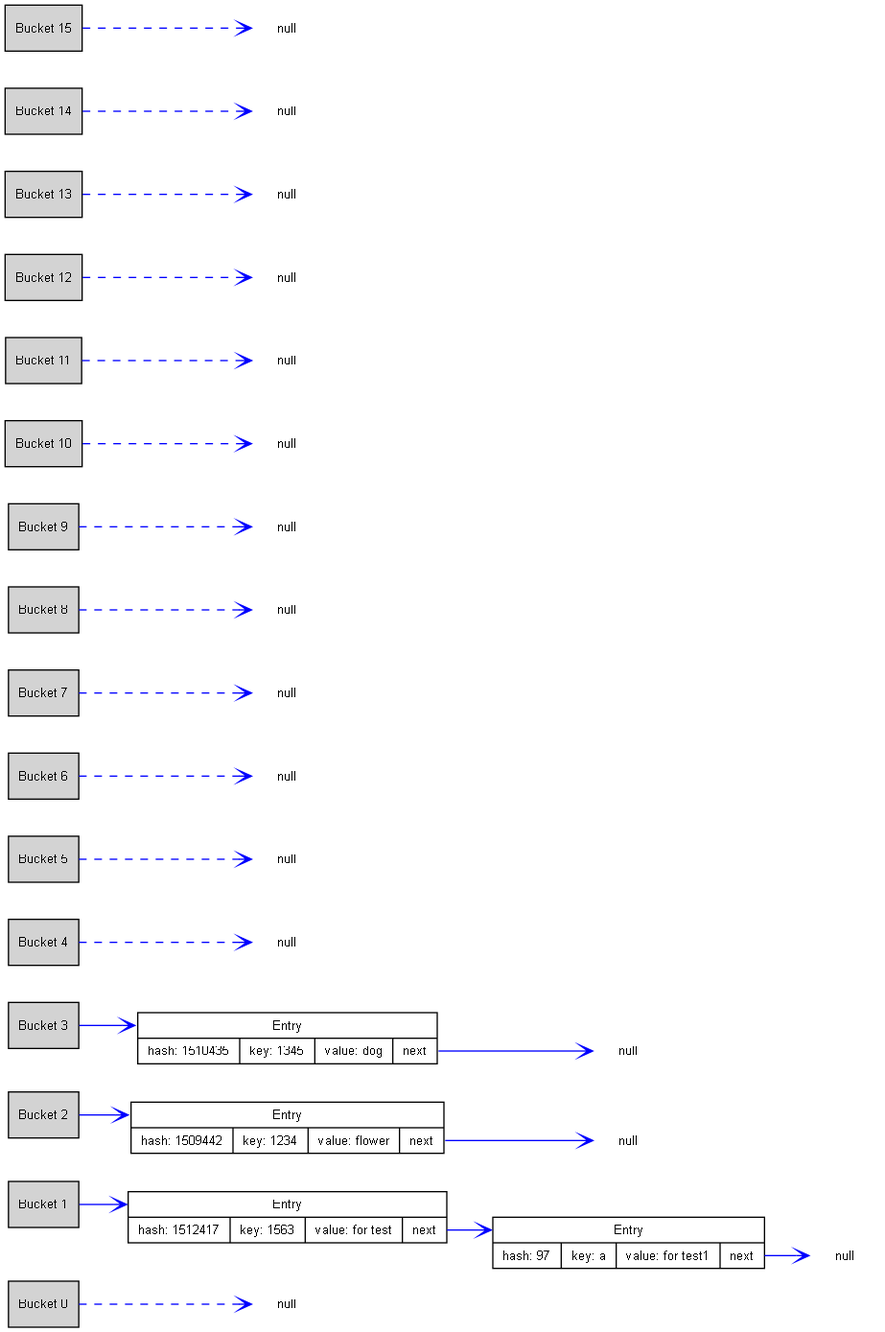
This is hashmap.png from kattrin0/HashMap, a Graphviz export, as it was before one commit. Its source is kept beside it as hashmap.dot. Source of this version:
```dot
digraph HashMap {
  node [shape=record, fontname="Arial", fontsize=10];
  rankdir=LR;
  nodesep=0.4;
  ranksep=0.5;
  edge [color=blue, arrowhead=vee];

  bucket0 [label="Bucket 0", shape=box, style=filled, fillcolor=lightgray];
  bucket1 [label="Bucket 1", shape=box, style=filled, fillcolor=lightgray];
  bucket2 [label="Bucket 2", shape=box, style=filled, fillcolor=lightgray];
  bucket3 [label="Bucket 3", shape=box, style=filled, fillcolor=lightgray];
  bucket4 [label="Bucket 4", shape=box, style=filled, fillcolor=lightgray];
  bucket5 [label="Bucket 5", shape=box, style=filled, fillcolor=lightgray];
  bucket6 [label="Bucket 6", shape=box, style=filled, fillcolor=lightgray];
  bucket7 [label="Bucket 7", shape=box, style=filled, fillcolor=lightgray];
  bucket8 [label="Bucket 8", shape=box, style=filled, fillcolor=lightgray];
  bucket9 [label="Bucket 9", shape=box, style=filled, fillcolor=lightgray];
  bucket10 [label="Bucket 10", shape=box, style=filled, fillcolor=lightgray];
  bucket11 [label="Bucket 11", shape=box, style=filled, fillcolor=lightgray];
  bucket12 [label="Bucket 12", shape=box, style=filled, fillcolor=lightgray];
  bucket13 [label="Bucket 13", shape=box, style=filled, fillcolor=lightgray];
  bucket14 [label="Bucket 14", shape=box, style=filled, fillcolor=lightgray];
  bucket15 [label="Bucket 15", shape=box, style=filled, fillcolor=lightgray];
  null0 [label="null", shape=plaintext];
  bucket0 -> null0 [style=dashed];
  node_1_0 [label="<f0> Entry |{hash: 1512417 | key: 1563 | value: for test | <f1> next}"];
  bucket1 -> node_1_0:f0;
  node_1_0:f1 -> node_1_1:f0;
  node_1_1 [label="<f0> Entry |{hash: 97 | key: a | value: for test1 | <f1> next}"];
  null1 [label="null", shape=plaintext];
  node_1_1:f1 -> null1;
  node_2_0 [label="<f0> Entry |{hash: 1509442 | key: 1234 | value: flower | <f1> next}"];
  bucket2 -> node_2_0:f0;
  null2 [label="null", shape=plaintext];
  node_2_0:f1 -> null2;
  node_3_0 [label="<f0> Entry |{hash: 1510435 | key: 1345 | value: dog | <f1> next}"];
  bucket3 -> node_3_0:f0;
  null3 [label="null", shape=plaintext];
  node_3_0:f1 -> null3;
  null4 [label="null", shape=plaintext];
  bucket4 -> null4 [style=dashed];
  null5 [label="null", shape=plaintext];
  bucket5 -> null5 [style=dashed];
  null6 [label="null", shape=plaintext];
  bucket6 -> null6 [style=dashed];
  null7 [label="null", shape=plaintext];
  bucket7 -> null7 [style=dashed];
  null8 [label="null", shape=plaintext];
  bucket8 -> null8 [style=dashed];
  null9 [label="null", shape=plaintext];
  bucket9 -> null9 [style=dashed];
  null10 [label="null", shape=plaintext];
  bucket10 -> null10 [style=dashed];
  null11 [label="null", shape=plaintext];
  bucket11 -> null11 [style=dashed];
  null12 [label="null", shape=plaintext];
  bucket12 -> null12 [style=dashed];
  null13 [label="null", shape=plaintext];
  bucket13 -> null13 [style=dashed];
  null14 [label="null", shape=plaintext];
  bucket14 -> null14 [style=dashed];
  null15 [label="null", shape=plaintext];
  bucket15 -> null15 [style=dashed];

  { rank=same; bucket0; bucket1; bucket2; bucket3; bucket4; bucket5; bucket6; bucket7; bucket8; bucket9; bucket10; bucket11; bucket12; bucket13; bucket14; bucket15; }
}
```
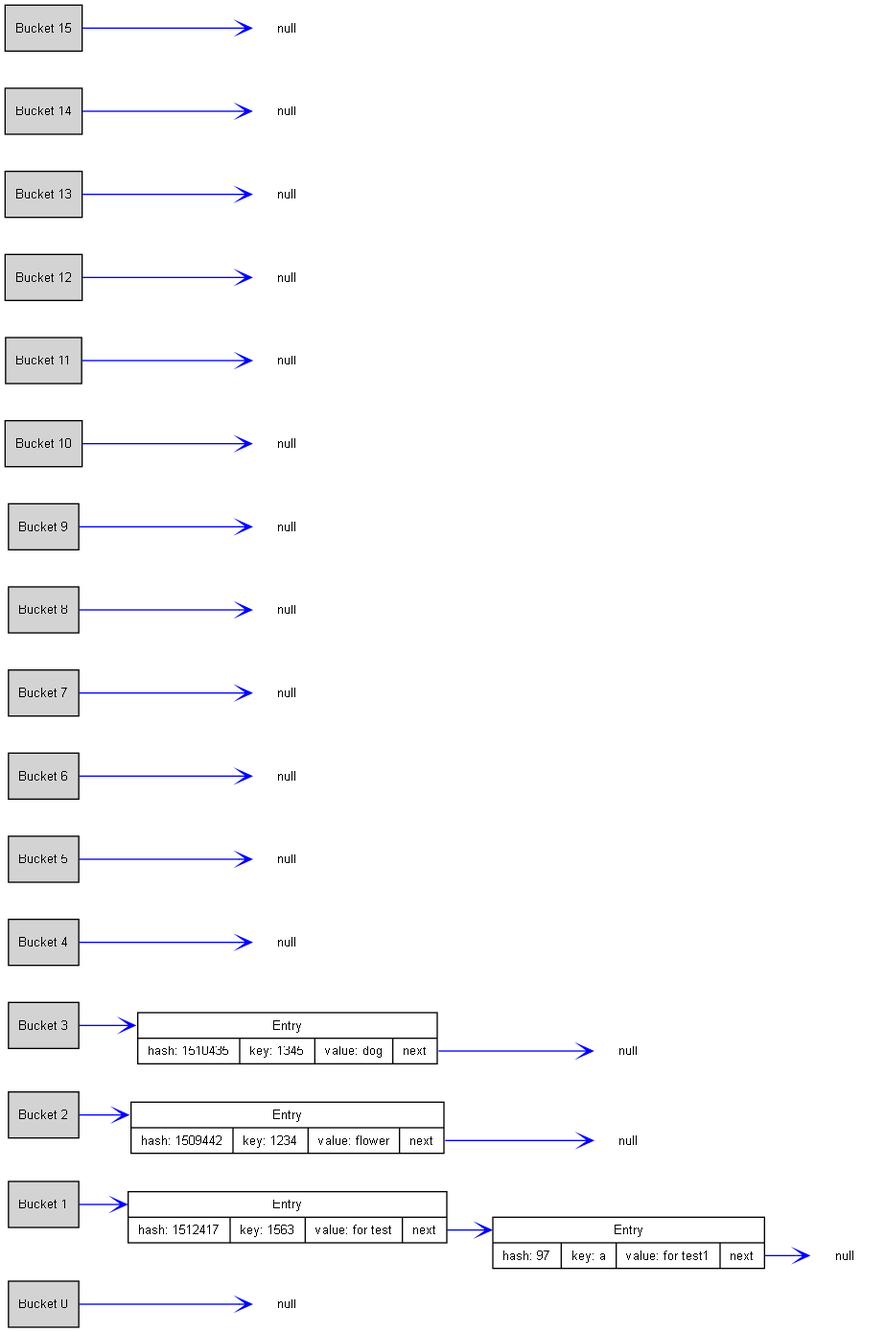
The same diagram one commit later.

Diff of the diagram source:
```diff
@@ -22,7 +22,7 @@
   bucket14 [label="Bucket 14", shape=box, style=filled, fillcolor=lightgray];
   bucket15 [label="Bucket 15", shape=box, style=filled, fillcolor=lightgray];
   null0 [label="null", shape=plaintext];
-  bucket0 -> null0 [style=dashed];
+  bucket0 -> null0 ;
   node_1_0 [label="<f0> Entry |{hash: 1512417 | key: 1563 | value: for test | <f1> next}"];
   bucket1 -> node_1_0:f0;
   node_1_0:f1 -> node_1_1:f0;
@@ -38,29 +38,29 @@
   null3 [label="null", shape=plaintext];
   node_3_0:f1 -> null3;
   null4 [label="null", shape=plaintext];
-  bucket4 -> null4 [style=dashed];
+  bucket4 -> null4 ;
   null5 [label="null", shape=plaintext];
-  bucket5 -> null5 [style=dashed];
+  bucket5 -> null5 ;
   null6 [label="null", shape=plaintext];
-  bucket6 -> null6 [style=dashed];
+  bucket6 -> null6 ;
   null7 [label="null", shape=plaintext];
-  bucket7 -> null7 [style=dashed];
+  bucket7 -> null7 ;
   null8 [label="null", shape=plaintext];
-  bucket8 -> null8 [style=dashed];
+  bucket8 -> null8 ;
   null9 [label="null", shape=plaintext];
-  bucket9 -> null9 [style=dashed];
+  bucket9 -> null9 ;
   null10 [label="null", shape=plaintext];
-  bucket10 -> null10 [style=dashed];
+  bucket10 -> null10 ;
   null11 [label="null", shape=plaintext];
-  bucket11 -> null11 [style=dashed];
+  bucket11 -> null11 ;
   null12 [label="null", shape=plaintext];
-  bucket12 -> null12 [style=dashed];
+  bucket12 -> null12 ;
   null13 [label="null", shape=plaintext];
-  bucket13 -> null13 [style=dashed];
+  bucket13 -> null13 ;
   null14 [label="null", shape=plaintext];
-  bucket14 -> null14 [style=dashed];
+  bucket14 -> null14 ;
   null15 [label="null", shape=plaintext];
-  bucket15 -> null15 [style=dashed];
+  bucket15 -> null15 ;
 
   { rank=same; bucket0; bucket1; bucket2; bucket3; bucket4; bucket5; bucket6; bucket7; bucket8; bucket9; bucket10; bucket11; bucket12; bucket13; bucket14; bucket15; }
 }
```
